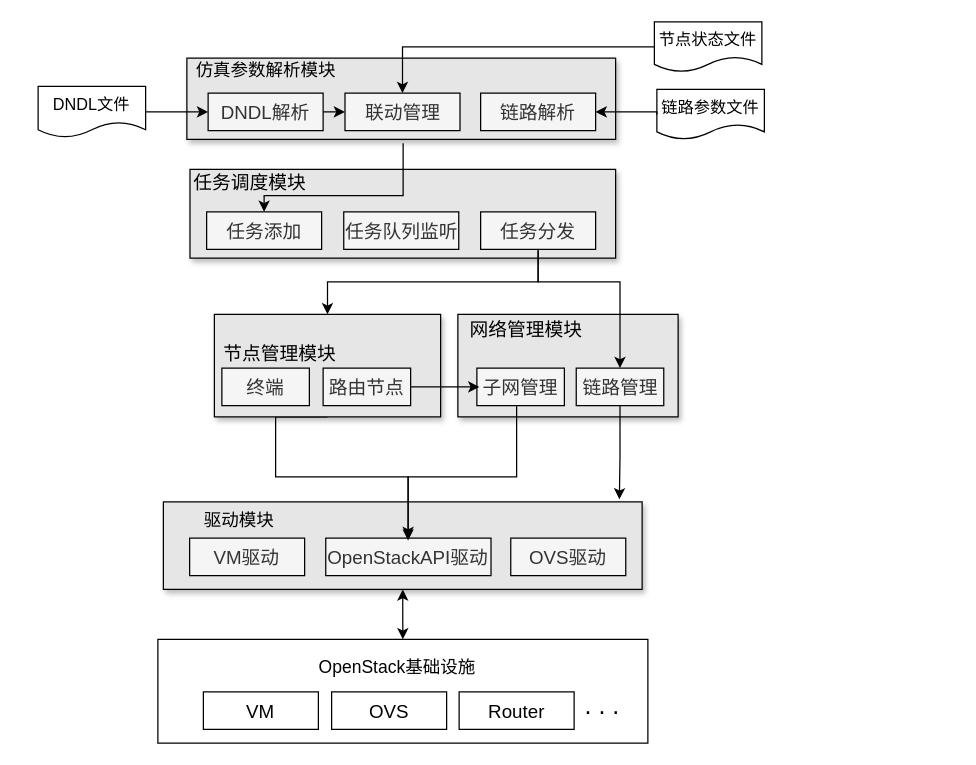
Earlier version of the draw.io diagram page "renew0420_原型系统架构" (2 of 6) of 网络仿真系统.drawio (Icarus1994/neutron_conf). Source tidied: cells renumbered, new cells numbered last; positions are measured from the earlier drawing's top-left corner, leaving out a move shared by most shapes. Both pictures are drawn from the tidied source at 125%, with x=0, y=0 at pixel (38, 21).
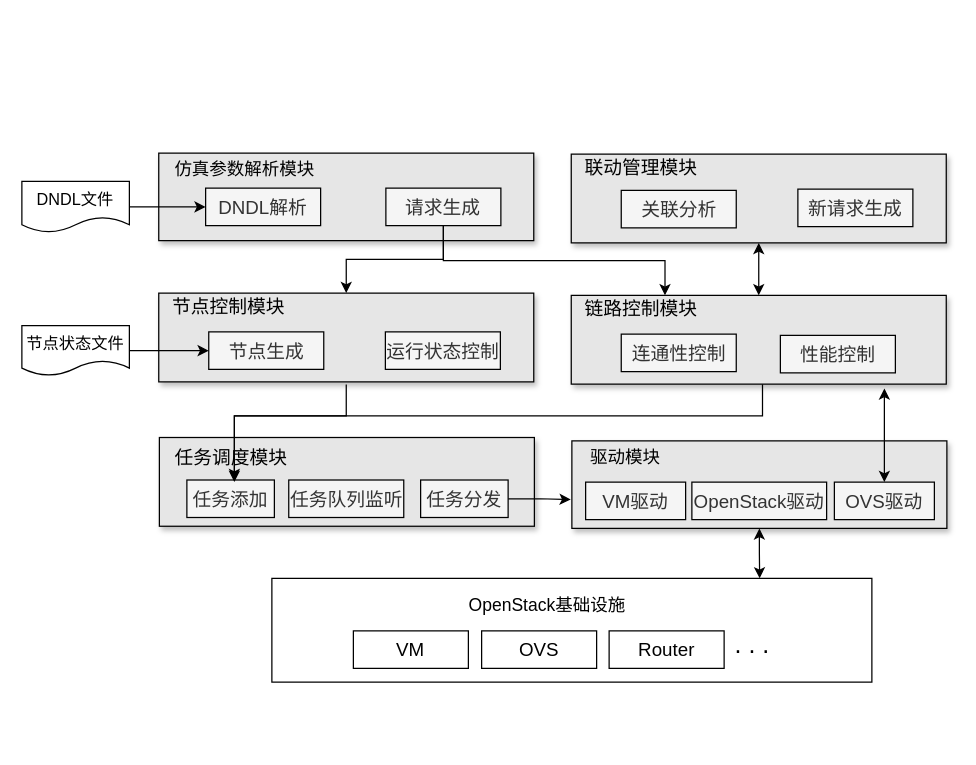
The same diagram, later.

The edit, as a diff of the source:
```diff
@@
+    <mxCell id="7" style="rounded=0;whiteSpace=wrap;html=1;fillColor=#E6E6E6;shadow=1;" parent="1" vertex="1">
+      <mxGeometry x="427" y="335.2" width="300" height="70" as="geometry" />
+    </mxCell>
     <mxCell id="2" style="rounded=0;whiteSpace=wrap;html=1;" parent="1" vertex="1">
-      <mxGeometry x="95.8" y="494" width="392" height="83" as="geometry" />
+      <mxGeometry x="187" y="445.2" width="480" height="83" as="geometry" />
     </mxCell>
-    <mxCell id="3" style="rounded=0;whiteSpace=wrap;html=1;fillColor=#E6E6E6;shadow=1;" parent="1" vertex="1">
-      <mxGeometry x="335.8" y="234" width="176.2" height="82" as="geometry" />
-    </mxCell>
-    <mxCell id="4" value="链路参数文件" style="shape=document;whiteSpace=wrap;html=1;boundedLbl=1;fontSize=13;" parent="1" vertex="1">
-      <mxGeometry x="495" y="54" width="86" height="40" as="geometry" />
-    </mxCell>
     <mxCell id="5" value="&lt;font style=&quot;font-size: 13px&quot;&gt;DNDL文件&lt;/font&gt;" style="shape=document;whiteSpace=wrap;html=1;boundedLbl=1;fontSize=13;" parent="1" vertex="1">
-      <mxGeometry y="51.5" width="86" height="41" as="geometry" />
+      <mxGeometry x="-13" y="127.5" width="86" height="41" as="geometry" />
     </mxCell>
-    <mxCell id="6" style="edgeStyle=orthogonalEdgeStyle;rounded=0;jettySize=auto;html=1;exitX=0.5;exitY=1;exitDx=0;exitDy=0;entryX=0.5;entryY=0;entryDx=0;entryDy=0;endArrow=classic;endFill=1;fontSize=14;startArrow=classic;startFill=1;" parent="1" edge="1" source="7" target="2">
+    <mxCell id="6" style="edgeStyle=orthogonalEdgeStyle;rounded=0;jettySize=auto;html=1;exitX=0.5;exitY=1;exitDx=0;exitDy=0;entryX=0.813;entryY=0;entryDx=0;entryDy=0;endArrow=classic;endFill=1;fontSize=14;startArrow=classic;startFill=1;entryPerimeter=0;" parent="1" edge="1" source="7" target="2">
       <mxGeometry relative="1" as="geometry" />
     </mxCell>
-    <mxCell id="7" style="rounded=0;whiteSpace=wrap;html=1;fillColor=#E6E6E6;shadow=1;" parent="1" vertex="1">
-      <mxGeometry x="100.2" y="384" width="383" height="70" as="geometry" />
-    </mxCell>
     <mxCell id="8" value="&lt;span style=&quot;font-size: 15px&quot;&gt;VM驱动&lt;/span&gt;" style="rounded=0;whiteSpace=wrap;html=1;fillColor=#f5f5f5;strokeColor=#000000;fontColor=#333333;" parent="1" vertex="1">
-      <mxGeometry x="121.2" y="413" width="92" height="30" as="geometry" />
+      <mxGeometry x="438" y="368.2" width="80" height="30" as="geometry" />
     </mxCell>
-    <mxCell id="9" value="&lt;span style=&quot;font-size: 15px&quot;&gt;OpenStackAPI驱动&lt;/span&gt;" style="rounded=0;whiteSpace=wrap;html=1;fillColor=#f5f5f5;strokeColor=#000000;fontColor=#333333;" parent="1" vertex="1">
-      <mxGeometry x="230.1" y="413" width="132.2" height="30" as="geometry" />
+    <mxCell id="9" value="&lt;span style=&quot;font-size: 15px&quot;&gt;OpenStack驱动&lt;/span&gt;" style="rounded=0;whiteSpace=wrap;html=1;fillColor=#f5f5f5;strokeColor=#000000;fontColor=#333333;" parent="1" vertex="1">
+      <mxGeometry x="523" y="368.2" width="107.8" height="30" as="geometry" />
     </mxCell>
     <mxCell id="10" value="&lt;span style=&quot;font-size: 15px&quot;&gt;OVS驱动&lt;br&gt;&lt;/span&gt;" style="rounded=0;whiteSpace=wrap;html=1;fillColor=#f5f5f5;strokeColor=#000000;fontColor=#333333;" parent="1" vertex="1">
-      <mxGeometry x="378.1" y="413" width="92" height="30" as="geometry" />
+      <mxGeometry x="637" y="368.2" width="80" height="30" as="geometry" />
     </mxCell>
     <mxCell id="11" value="&lt;font style=&quot;font-size: 14px&quot;&gt;驱动模块&lt;/font&gt;" style="text;html=1;strokeColor=none;fillColor=none;align=center;verticalAlign=middle;whiteSpace=wrap;rounded=0;" parent="1" vertex="1">
-      <mxGeometry x="116.2" y="389" width="90" height="20" as="geometry" />
+      <mxGeometry x="402.5" y="338" width="134" height="20" as="geometry" />
     </mxCell>
     <mxCell id="12" value="OpenStack基础设施" style="text;html=1;align=center;verticalAlign=middle;fontSize=14;" parent="1" vertex="1">
-      <mxGeometry x="216.8" y="506" width="140" height="20" as="geometry" />
+      <mxGeometry x="336.8" y="457.2" width="140" height="20" as="geometry" />
     </mxCell>
     <mxCell id="13" value="&lt;span style=&quot;font-size: 15px&quot;&gt;VM&lt;/span&gt;" style="rounded=0;whiteSpace=wrap;html=1;" parent="1" vertex="1">
-      <mxGeometry x="132.2" y="536" width="92" height="30" as="geometry" />
+      <mxGeometry x="252.2" y="487.2" width="92" height="30" as="geometry" />
     </mxCell>
     <mxCell id="14" value="&lt;span style=&quot;font-size: 15px&quot;&gt;OVS&lt;/span&gt;" style="rounded=0;whiteSpace=wrap;html=1;" parent="1" vertex="1">
-      <mxGeometry x="234.8" y="536" width="92" height="30" as="geometry" />
+      <mxGeometry x="354.8" y="487.2" width="92" height="30" as="geometry" />
     </mxCell>
     <mxCell id="15" value="&lt;span style=&quot;font-size: 15px&quot;&gt;Router&lt;/span&gt;" style="rounded=0;whiteSpace=wrap;html=1;" parent="1" vertex="1">
-      <mxGeometry x="336.8" y="536" width="92" height="30" as="geometry" />
+      <mxGeometry x="456.8" y="487.2" width="92" height="30" as="geometry" />
     </mxCell>
     <mxCell id="16" value="&lt;font style=&quot;font-size: 20px&quot;&gt;. . .&lt;/font&gt;" style="text;html=1;align=center;verticalAlign=middle;fontSize=14;" parent="1" vertex="1">
-      <mxGeometry x="430.8" y="536" width="40" height="20" as="geometry" />
+      <mxGeometry x="550.8" y="487.2" width="40" height="20" as="geometry" />
     </mxCell>
     <mxCell id="17" value="节点状态文件" style="shape=document;whiteSpace=wrap;html=1;boundedLbl=1;fontSize=13;" parent="1" vertex="1">
-      <mxGeometry x="493" width="86" height="40" as="geometry" />
+      <mxGeometry x="-13" y="243" width="86" height="40" as="geometry" />
     </mxCell>
     <mxCell id="18" style="rounded=0;whiteSpace=wrap;html=1;fontSize=14;fillColor=#E6E6E6;shadow=1;" parent="1" vertex="1">
-      <mxGeometry x="119" y="29" width="343" height="65" as="geometry" />
+      <mxGeometry x="96.5" y="105" width="300" height="70" as="geometry" />
     </mxCell>
-    <mxCell id="19" style="edgeStyle=orthogonalEdgeStyle;rounded=0;jettySize=auto;html=1;exitX=1;exitY=0.5;exitDx=0;exitDy=0;entryX=0;entryY=0.5;entryDx=0;entryDy=0;" parent="1" edge="1" source="20" target="21">
-      <mxGeometry relative="1" as="geometry" />
-    </mxCell>
     <mxCell id="20" value="&lt;span style=&quot;font-size: 15px&quot;&gt;DNDL解析&lt;/span&gt;" style="rounded=0;whiteSpace=wrap;html=1;fillColor=#f5f5f5;strokeColor=#000000;fontColor=#333333;" parent="1" vertex="1">
-      <mxGeometry x="136" y="57" width="92" height="30" as="geometry" />
+      <mxGeometry x="134" y="133" width="92" height="30" as="geometry" />
     </mxCell>
-    <mxCell id="21" value="&lt;span style=&quot;font-size: 15px&quot;&gt;联动管理&lt;/span&gt;" style="rounded=0;whiteSpace=wrap;html=1;fillColor=#f5f5f5;strokeColor=#000000;fontColor=#333333;" parent="1" vertex="1">
-      <mxGeometry x="245.5" y="57" width="92" height="30" as="geometry" />
-    </mxCell>
     <mxCell id="22" value="&lt;span style=&quot;font-size: 14px&quot;&gt;仿真参数解析模块&lt;/span&gt;" style="text;html=1;align=center;verticalAlign=middle;" parent="1" vertex="1">
-      <mxGeometry x="121" y="29" width="122" height="19" as="geometry" />
+      <mxGeometry x="104" y="108.5" width="122" height="19" as="geometry" />
     </mxCell>
-    <mxCell id="23" style="edgeStyle=orthogonalEdgeStyle;rounded=0;jettySize=auto;html=1;exitX=0.5;exitY=1;exitDx=0;exitDy=0;strokeColor=#000000;" parent="1" edge="1" source="24">
-      <mxGeometry relative="1" as="geometry">
-        <mxPoint x="296" y="413" as="targetPoint" />
-        <Array as="points">
-          <mxPoint x="190" y="364" />
-          <mxPoint x="296" y="364" />
-        </Array>
-      </mxGeometry>
-    </mxCell>
-    <mxCell id="24" style="rounded=0;whiteSpace=wrap;html=1;fillColor=#E6E6E6;shadow=1;" parent="1" vertex="1">
-      <mxGeometry x="141" y="234" width="181" height="82" as="geometry" />
-    </mxCell>
-    <mxCell id="25" style="edgeStyle=orthogonalEdgeStyle;rounded=0;orthogonalLoop=1;jettySize=auto;html=1;exitX=0.5;exitY=1;exitDx=0;exitDy=0;strokeColor=#000000;" parent="1" edge="1">
-      <mxGeometry relative="1" as="geometry">
-        <mxPoint x="382.8" y="292" as="sourcePoint" />
-        <mxPoint x="296" y="415" as="targetPoint" />
-        <Array as="points">
-          <mxPoint x="383" y="364" />
-          <mxPoint x="296" y="364" />
-        </Array>
-      </mxGeometry>
-    </mxCell>
-    <mxCell id="26" value="&lt;span style=&quot;font-size: 15px&quot;&gt;子网管理&lt;/span&gt;" style="rounded=0;whiteSpace=wrap;html=1;fillColor=#f5f5f5;strokeColor=#000000;fontColor=#333333;" parent="1" vertex="1">
-      <mxGeometry x="351" y="277" width="70" height="30" as="geometry" />
-    </mxCell>
-    <mxCell id="27" style="edgeStyle=orthogonalEdgeStyle;rounded=0;jettySize=auto;html=1;exitX=1;exitY=0.5;exitDx=0;exitDy=0;strokeColor=#000000;" parent="1" edge="1" source="28">
-      <mxGeometry relative="1" as="geometry">
-        <mxPoint x="353" y="292" as="targetPoint" />
-        <Array as="points">
-          <mxPoint x="311" y="292" />
-          <mxPoint x="311" y="292" />
-        </Array>
-      </mxGeometry>
-    </mxCell>
-    <mxCell id="28" value="&lt;span style=&quot;font-size: 15px&quot;&gt;路由节点&lt;/span&gt;" style="rounded=0;whiteSpace=wrap;html=1;fillColor=#f5f5f5;strokeColor=#000000;fontColor=#333333;" parent="1" vertex="1">
-      <mxGeometry x="228" y="277" width="70" height="30" as="geometry" />
-    </mxCell>
-    <mxCell id="29" value="&lt;font style=&quot;font-size: 15px&quot;&gt;节点管理模块&lt;/font&gt;" style="text;html=1;align=center;verticalAlign=middle;" parent="1" vertex="1">
-      <mxGeometry x="143" y="255" width="100" height="19" as="geometry" />
-    </mxCell>
-    <mxCell id="30" value="&lt;font style=&quot;font-size: 15px&quot;&gt;网络管理模块&lt;/font&gt;" style="text;html=1;align=center;verticalAlign=middle;" parent="1" vertex="1">
-      <mxGeometry x="339.8" y="236" width="100" height="19" as="geometry" />
-    </mxCell>
-    <mxCell id="31" value="&lt;span style=&quot;font-size: 15px&quot;&gt;链路解析&lt;/span&gt;" style="rounded=0;whiteSpace=wrap;html=1;fillColor=#f5f5f5;strokeColor=#000000;fontColor=#333333;" parent="1" vertex="1">
-      <mxGeometry x="354" y="57" width="92" height="30" as="geometry" />
-    </mxCell>
     <mxCell id="32" style="rounded=0;whiteSpace=wrap;html=1;fontSize=14;fillColor=#E6E6E6;shadow=1;" parent="1" vertex="1">
-      <mxGeometry x="121.5" y="118" width="340.5" height="71" as="geometry" />
+      <mxGeometry x="97" y="332.5" width="300" height="71" as="geometry" />
     </mxCell>
-    <mxCell id="33" style="edgeStyle=orthogonalEdgeStyle;rounded=0;jettySize=auto;html=1;exitX=0.5;exitY=1;exitDx=0;exitDy=0;strokeColor=#000000;" parent="1" edge="1" source="34">
-      <mxGeometry relative="1" as="geometry">
-        <mxPoint x="465" y="382" as="targetPoint" />
-        <Array as="points">
-          <mxPoint x="466" y="347" />
-        </Array>
-      </mxGeometry>
-    </mxCell>
-    <mxCell id="34" value="&lt;span style=&quot;font-size: 15px&quot;&gt;链路管理&lt;/span&gt;" style="rounded=0;whiteSpace=wrap;html=1;fillColor=#f5f5f5;strokeColor=#000000;fontColor=#333333;" parent="1" vertex="1">
-      <mxGeometry x="430.5" y="277" width="70" height="30" as="geometry" />
-    </mxCell>
-    <mxCell id="35" value="&lt;span style=&quot;font-size: 15px&quot;&gt;终端&lt;/span&gt;" style="rounded=0;whiteSpace=wrap;html=1;fillColor=#f5f5f5;strokeColor=#000000;fontColor=#333333;" parent="1" vertex="1">
-      <mxGeometry x="147" y="277" width="70" height="30" as="geometry" />
-    </mxCell>
     <mxCell id="36" value="&lt;span style=&quot;font-size: 15px&quot;&gt;任务添加&lt;/span&gt;" style="rounded=0;whiteSpace=wrap;html=1;fillColor=#f5f5f5;strokeColor=#000000;fontColor=#333333;" parent="1" vertex="1">
-      <mxGeometry x="134.8" y="152" width="92" height="30" as="geometry" />
+      <mxGeometry x="119" y="366.5" width="70" height="30" as="geometry" />
     </mxCell>
     <mxCell id="37" value="&lt;font style=&quot;font-size: 15px&quot;&gt;任务调度模块&lt;/font&gt;" style="text;html=1;align=center;verticalAlign=middle;" parent="1" vertex="1">
-      <mxGeometry x="119" y="118" width="100" height="19" as="geometry" />
+      <mxGeometry x="104" y="338.5" width="100" height="19" as="geometry" />
     </mxCell>
-    <mxCell id="38" style="edgeStyle=orthogonalEdgeStyle;rounded=0;jettySize=auto;html=1;exitX=0.5;exitY=1;exitDx=0;exitDy=0;entryX=0.5;entryY=0;entryDx=0;entryDy=0;strokeColor=#000000;" parent="1" edge="1" target="34">
-      <mxGeometry relative="1" as="geometry">
-        <mxPoint x="400" y="183" as="sourcePoint" />
-        <Array as="points">
-          <mxPoint x="400" y="208" />
-          <mxPoint x="466" y="208" />
-        </Array>
-      </mxGeometry>
-    </mxCell>
-    <mxCell id="39" style="edgeStyle=orthogonalEdgeStyle;rounded=0;jettySize=auto;html=1;exitX=0.5;exitY=1;exitDx=0;exitDy=0;entryX=0.5;entryY=0;entryDx=0;entryDy=0;strokeColor=#000000;" parent="1" edge="1" source="40" target="24">
-      <mxGeometry relative="1" as="geometry" />
-    </mxCell>
+    <mxCell id="46" style="edgeStyle=orthogonalEdgeStyle;rounded=0;jettySize=auto;html=1;exitX=1;exitY=0.5;exitDx=0;exitDy=0;entryX=-0.003;entryY=0.671;entryDx=0;entryDy=0;entryPerimeter=0;" parent="1" edge="1" source="40" target="7">
+      <mxGeometry relative="1" as="geometry" />
+    </mxCell>
     <mxCell id="40" value="&lt;span style=&quot;font-size: 15px&quot;&gt;任务分发&lt;/span&gt;" style="rounded=0;whiteSpace=wrap;html=1;fillColor=#f5f5f5;strokeColor=#000000;fontColor=#333333;" parent="1" vertex="1">
-      <mxGeometry x="354" y="152" width="92" height="30" as="geometry" />
+      <mxGeometry x="306" y="366.5" width="70" height="30" as="geometry" />
     </mxCell>
     <mxCell id="41" value="&lt;span style=&quot;font-size: 15px&quot;&gt;任务队列监听&lt;/span&gt;" style="rounded=0;whiteSpace=wrap;html=1;fillColor=#f5f5f5;strokeColor=#000000;fontColor=#333333;" parent="1" vertex="1">
-      <mxGeometry x="244.5" y="152" width="92" height="30" as="geometry" />
+      <mxGeometry x="200.5" y="366.5" width="92" height="30" as="geometry" />
     </mxCell>
-    <mxCell id="42" style="edgeStyle=orthogonalEdgeStyle;rounded=0;jettySize=auto;html=1;exitX=0;exitY=0.5;exitDx=0;exitDy=0;entryX=1;entryY=0.5;entryDx=0;entryDy=0;strokeColor=#000000;" parent="1" edge="1" source="4" target="31">
-      <mxGeometry relative="1" as="geometry">
-        <Array as="points">
-          <mxPoint x="495" y="72" />
-        </Array>
-      </mxGeometry>
-    </mxCell>
-    <mxCell id="43" style="edgeStyle=orthogonalEdgeStyle;rounded=0;jettySize=auto;html=1;exitX=0;exitY=0.5;exitDx=0;exitDy=0;entryX=0.5;entryY=0;entryDx=0;entryDy=0;strokeColor=#000000;" parent="1" edge="1" source="17" target="21">
-      <mxGeometry relative="1" as="geometry" />
-    </mxCell>
@@
-    <mxCell id="45" style="edgeStyle=orthogonalEdgeStyle;rounded=0;jettySize=auto;html=1;entryX=0.5;entryY=0;entryDx=0;entryDy=0;strokeColor=#000000;" parent="1" edge="1" target="36">
-      <mxGeometry relative="1" as="geometry">
-        <mxPoint x="292" y="97" as="sourcePoint" />
-        <Array as="points">
-          <mxPoint x="292" y="139" />
-          <mxPoint x="181" y="139" />
-        </Array>
-      </mxGeometry>
-    </mxCell>
+    <mxCell id="47" style="edgeStyle=orthogonalEdgeStyle;rounded=0;orthogonalLoop=1;jettySize=auto;html=1;exitX=0.5;exitY=1;exitDx=0;exitDy=0;" parent="1" edge="1">
+      <mxGeometry relative="1" as="geometry">
+        <mxPoint x="246.5" y="290" as="sourcePoint" />
+        <mxPoint x="157" y="368.2" as="targetPoint" />
+        <Array as="points">
+          <mxPoint x="247" y="315.2" />
+          <mxPoint x="157" y="315.2" />
+        </Array>
+      </mxGeometry>
+    </mxCell>
+    <mxCell id="48" style="rounded=0;whiteSpace=wrap;html=1;fontSize=14;fillColor=#E6E6E6;shadow=1;" parent="1" vertex="1">
+      <mxGeometry x="96.5" y="217" width="300" height="71" as="geometry" />
+    </mxCell>
+    <mxCell id="49" value="&lt;span style=&quot;font-size: 15px&quot;&gt;节点生成&lt;/span&gt;" style="rounded=0;whiteSpace=wrap;html=1;fillColor=#f5f5f5;strokeColor=#000000;fontColor=#333333;" parent="1" vertex="1">
+      <mxGeometry x="136.5" y="248" width="92" height="30" as="geometry" />
+    </mxCell>
+    <mxCell id="50" value="&lt;font style=&quot;font-size: 15px&quot;&gt;节点控制模块&lt;/font&gt;" style="text;html=1;align=center;verticalAlign=middle;" parent="1" vertex="1">
+      <mxGeometry x="96.5" y="217" width="110" height="20" as="geometry" />
+    </mxCell>
+    <mxCell id="51" value="&lt;span style=&quot;font-size: 15px&quot;&gt;运行状态控制&lt;/span&gt;" style="rounded=0;whiteSpace=wrap;html=1;fillColor=#f5f5f5;strokeColor=#000000;fontColor=#333333;" parent="1" vertex="1">
+      <mxGeometry x="277.8" y="248" width="92" height="30" as="geometry" />
+    </mxCell>
+    <mxCell id="52" style="edgeStyle=orthogonalEdgeStyle;rounded=0;orthogonalLoop=1;jettySize=auto;html=1;exitX=0.5;exitY=1;exitDx=0;exitDy=0;entryX=0.5;entryY=0;entryDx=0;entryDy=0;" parent="1" edge="1">
+      <mxGeometry relative="1" as="geometry">
+        <mxPoint x="579.5" y="289.8" as="sourcePoint" />
+        <mxPoint x="157" y="366.5" as="targetPoint" />
+        <Array as="points">
+          <mxPoint x="580" y="315.2" />
+          <mxPoint x="157" y="315.2" />
+        </Array>
+      </mxGeometry>
+    </mxCell>
+    <mxCell id="53" style="rounded=0;whiteSpace=wrap;html=1;fontSize=14;fillColor=#E6E6E6;shadow=1;" parent="1" vertex="1">
+      <mxGeometry x="426.5" y="218.8" width="300" height="71" as="geometry" />
+    </mxCell>
+    <mxCell id="54" value="&lt;span style=&quot;font-size: 15px&quot;&gt;连通性控制&lt;/span&gt;" style="rounded=0;whiteSpace=wrap;html=1;fillColor=#f5f5f5;strokeColor=#000000;fontColor=#333333;" parent="1" vertex="1">
+      <mxGeometry x="466.5" y="249.8" width="92" height="30" as="geometry" />
+    </mxCell>
+    <mxCell id="55" value="&lt;font style=&quot;font-size: 15px&quot;&gt;链路控制模块&lt;/font&gt;" style="text;html=1;align=center;verticalAlign=middle;" parent="1" vertex="1">
+      <mxGeometry x="426.5" y="218.8" width="110" height="20" as="geometry" />
+    </mxCell>
+    <mxCell id="56" value="&lt;span style=&quot;font-size: 15px&quot;&gt;性能控制&lt;/span&gt;" style="rounded=0;whiteSpace=wrap;html=1;fillColor=#f5f5f5;strokeColor=#000000;fontColor=#333333;" parent="1" vertex="1">
+      <mxGeometry x="593.8" y="250.8" width="92" height="30" as="geometry" />
+    </mxCell>
+    <mxCell id="57" style="rounded=0;whiteSpace=wrap;html=1;fontSize=14;fillColor=#E6E6E6;shadow=1;" parent="1" vertex="1">
+      <mxGeometry x="426.5" y="105.8" width="300" height="71" as="geometry" />
+    </mxCell>
+    <mxCell id="58" value="&lt;font style=&quot;font-size: 15px&quot;&gt;联动管理模块&lt;/font&gt;" style="text;html=1;align=center;verticalAlign=middle;" parent="1" vertex="1">
+      <mxGeometry x="426.5" y="105.8" width="110" height="20" as="geometry" />
+    </mxCell>
+    <mxCell id="59" value="&lt;span style=&quot;font-size: 15px&quot;&gt;新请求生成&lt;/span&gt;" style="rounded=0;whiteSpace=wrap;html=1;fillColor=#f5f5f5;strokeColor=#000000;fontColor=#333333;" parent="1" vertex="1">
+      <mxGeometry x="607.8" y="133.8" width="92" height="30" as="geometry" />
+    </mxCell>
+    <mxCell id="60" style="edgeStyle=orthogonalEdgeStyle;rounded=0;jettySize=auto;html=1;exitX=0.5;exitY=1;exitDx=0;exitDy=0;entryX=0.5;entryY=0;entryDx=0;entryDy=0;" parent="1" edge="1" source="62" target="48">
+      <mxGeometry relative="1" as="geometry" />
+    </mxCell>
+    <mxCell id="61" style="edgeStyle=orthogonalEdgeStyle;rounded=0;jettySize=auto;html=1;exitX=0.5;exitY=1;exitDx=0;exitDy=0;entryX=0.25;entryY=0;entryDx=0;entryDy=0;" parent="1" edge="1" source="62" target="53">
+      <mxGeometry relative="1" as="geometry" />
+    </mxCell>
+    <mxCell id="62" value="&lt;span style=&quot;font-size: 15px&quot;&gt;请求生成&lt;/span&gt;" style="rounded=0;whiteSpace=wrap;html=1;fillColor=#f5f5f5;strokeColor=#000000;fontColor=#333333;" parent="1" vertex="1">
+      <mxGeometry x="278.2" y="133" width="92" height="30" as="geometry" />
+    </mxCell>
+    <mxCell id="63" style="endArrow=classic;startArrow=classic;html=1;exitX=0.5;exitY=0;exitDx=0;exitDy=0;entryX=0.5;entryY=1;entryDx=0;entryDy=0;" parent="1" edge="1" source="53" target="57">
+      <mxGeometry relative="1" as="geometry" />
+    </mxCell>
+    <mxCell id="64" value="&lt;span style=&quot;font-size: 15px&quot;&gt;关联分析&lt;/span&gt;" style="rounded=0;whiteSpace=wrap;html=1;fillColor=#f5f5f5;strokeColor=#000000;fontColor=#333333;" parent="1" vertex="1">
+      <mxGeometry x="466.5" y="134.8" width="92" height="30" as="geometry" />
+    </mxCell>
+    <mxCell id="65" style="endArrow=classic;html=1;entryX=0.5;entryY=0;entryDx=0;entryDy=0;startArrow=classic;startFill=1;" parent="1" edge="1" target="10">
+      <mxGeometry relative="1" as="geometry">
+        <mxPoint x="677" y="293.2" as="sourcePoint" />
+      </mxGeometry>
+    </mxCell>
+    <mxCell id="66" style="edgeStyle=orthogonalEdgeStyle;rounded=0;jettySize=auto;html=1;exitX=1;exitY=0.5;exitDx=0;exitDy=0;entryX=0;entryY=0.5;entryDx=0;entryDy=0;startArrow=none;startFill=0;" parent="1" edge="1" source="17" target="49">
+      <mxGeometry relative="1" as="geometry" />
+    </mxCell>
```
